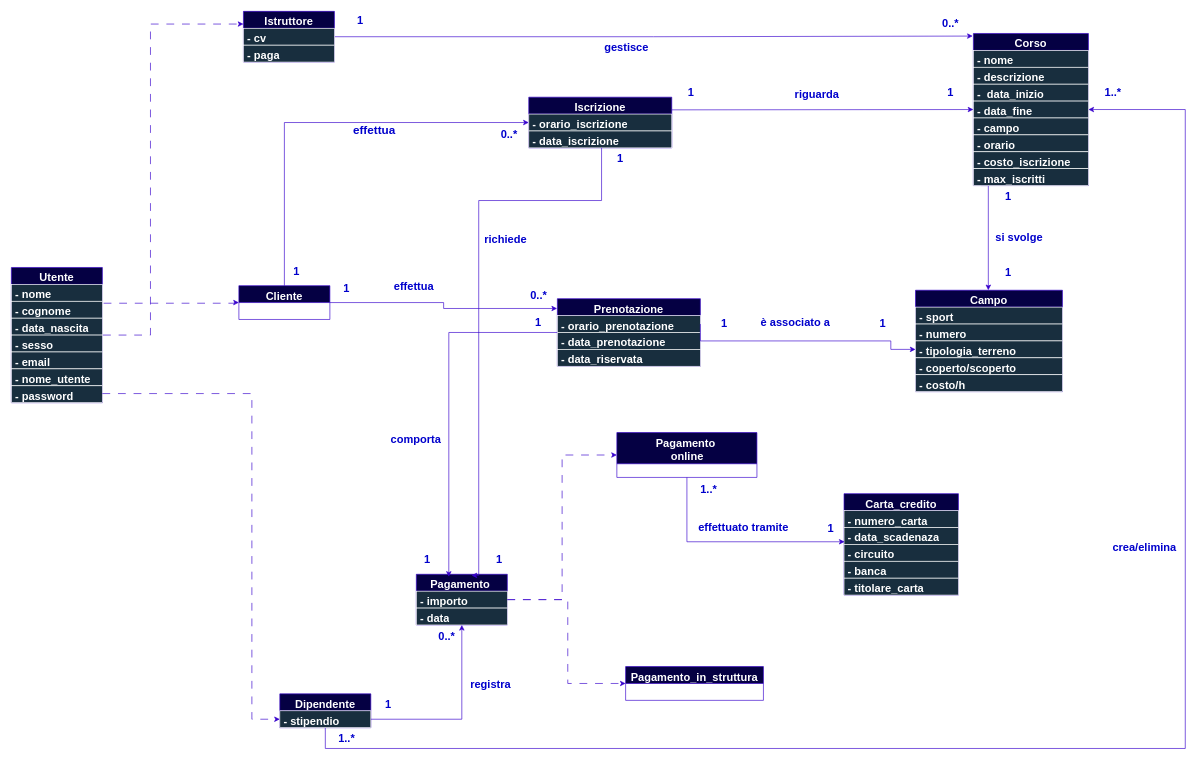
Above: progettazione/SportZone_step4.drawio in franconepippone/programmazione-web (draw.io), before the change. Source tidied: cells renumbered, new cells numbered last; positions are measured from the earlier drawing's top-left corner, leaving out a move shared by most shapes. Both pictures are drawn from the tidied source at 65%, with x=0, y=0 at pixel (11, 11).
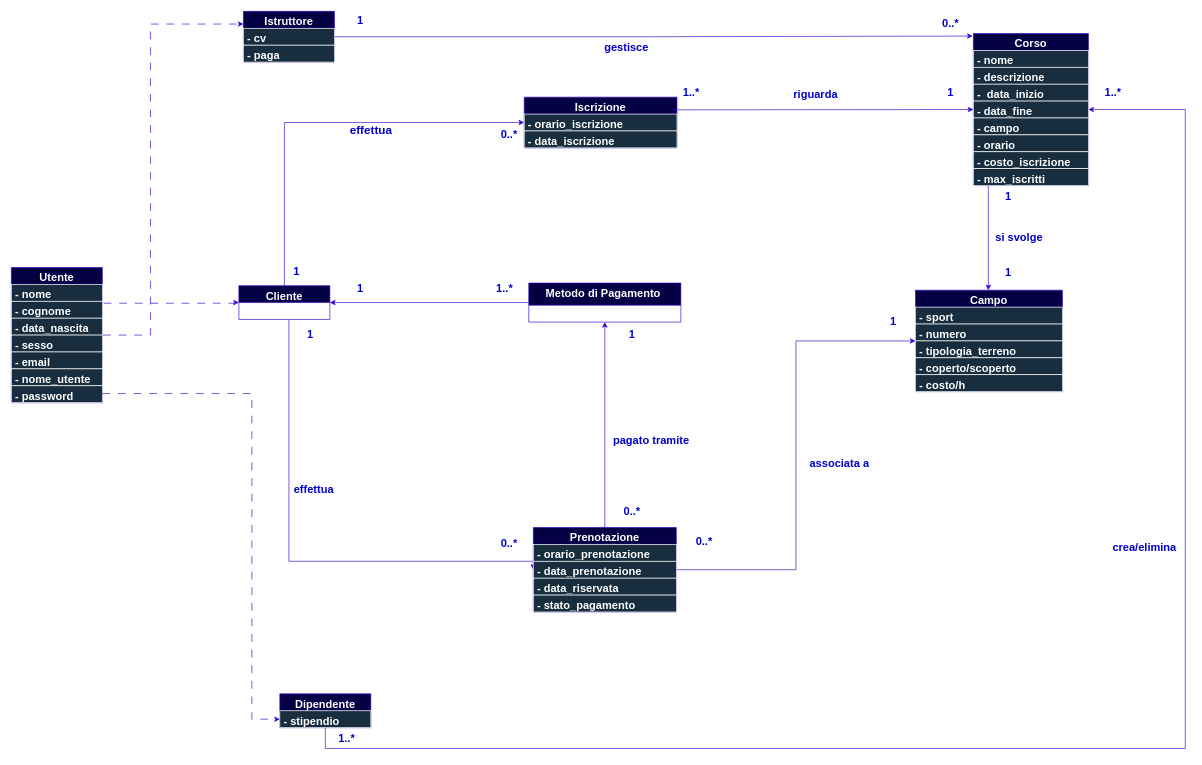
The same diagram, later.

Commit message (it also covers changes not shown here):
versione finale step4

The change refers to these unchanged cells:
```xml
<mxCell id="13" value="Cliente" style="swimlane;fontStyle=1;horizontal=1;startSize=26;fillColor=#050043;whiteSpace=wrap;html=1;labelBackgroundColor=none;strokeColor=#3700CC;rounded=0;fontSize=17;align=center;verticalAlign=top;fontFamily=Helvetica;fontColor=#ffffff;spacingLeft=4;spacingRight=4;fillStyle=auto;" parent="1" vertex="1">
  <mxGeometry x="350" y="422" width="140" height="52" as="geometry" />
</mxCell>
<mxCell id="15" value="- orario_prenotazione" style="text;strokeColor=#FFFFFF;fillColor=#182E3E;align=left;verticalAlign=top;spacingLeft=4;spacingRight=4;overflow=hidden;points=[[0,0.5],[1,0.5]];portConstraint=eastwest;whiteSpace=wrap;html=1;labelBackgroundColor=none;rounded=0;fontSize=17;fontFamily=Helvetica;fontColor=#ffffff;fontStyle=1;horizontal=1;" parent="14" vertex="1">
  <mxGeometry y="26" width="220" height="26" as="geometry" />
</mxCell>
<mxCell id="18" value="Campo" style="swimlane;fontStyle=1;horizontal=1;startSize=26;fillColor=#050043;whiteSpace=wrap;html=1;labelBackgroundColor=none;strokeColor=#3700CC;rounded=0;fontSize=17;align=center;verticalAlign=top;fontFamily=Helvetica;fontColor=#ffffff;spacingLeft=4;spacingRight=4;fillStyle=auto;" parent="1" vertex="1">
  <mxGeometry x="1391" y="429" width="226" height="156" as="geometry" />
</mxCell>
<mxCell id="21" value="- tipologia_terreno" style="text;strokeColor=#FFFFFF;fillColor=#182E3E;align=left;verticalAlign=top;spacingLeft=4;spacingRight=4;overflow=hidden;points=[[0,0.5],[1,0.5]];portConstraint=eastwest;whiteSpace=wrap;html=1;labelBackgroundColor=none;rounded=0;fontSize=17;fontFamily=Helvetica;fontColor=#ffffff;fontStyle=1;horizontal=1;" parent="18" vertex="1">
  <mxGeometry y="78" width="226" height="26" as="geometry" />
</mxCell>
<mxCell id="37" value="- stipendio" style="text;strokeColor=#FFFFFF;fillColor=#182E3E;align=left;verticalAlign=top;spacingLeft=4;spacingRight=4;overflow=hidden;points=[[0,0.5],[1,0.5]];portConstraint=eastwest;whiteSpace=wrap;html=1;labelBackgroundColor=none;rounded=0;fontSize=17;fontFamily=Helvetica;fontColor=#ffffff;fontStyle=1;horizontal=1;" parent="36" vertex="1">
  <mxGeometry y="26" width="140" height="26" as="geometry" />
</mxCell>
```

Diff of the diagram source:
```diff
@@
+    <mxCell id="61" value="effettua" style="edgeStyle=orthogonalEdgeStyle;rounded=0;jettySize=auto;html=1;entryX=0;entryY=0.5;entryDx=0;entryDy=0;fillStyle=auto;strokeColor=#3700CC;align=center;verticalAlign=top;spacingLeft=4;spacingRight=4;fontFamily=Helvetica;fontSize=17;fontColor=light-dark(#0000CC,#121212);fontStyle=1;labelBackgroundColor=none;horizontal=1;startSize=26;endArrow=classic;fillColor=#050043;" parent="1" edge="1" source="13" target="14">
+      <mxGeometry x="-0.36" y="38" relative="1" as="geometry">
+        <Array as="points">
+          <mxPoint x="427" y="846" />
+        </Array>
+        <mxPoint y="1" as="offset" />
+      </mxGeometry>
+    </mxCell>
@@
+    <mxCell id="88" value="associata a&amp;nbsp;" style="edgeStyle=orthogonalEdgeStyle;rounded=0;jettySize=auto;html=1;entryX=0;entryY=0.5;entryDx=0;entryDy=0;fillStyle=auto;strokeColor=#3700CC;align=center;verticalAlign=top;spacingLeft=4;spacingRight=4;fontFamily=Helvetica;fontSize=17;fontColor=light-dark(#0000CC,#121212);fontStyle=1;labelBackgroundColor=none;horizontal=1;startSize=26;endArrow=classic;fillColor=#050043;" parent="1" edge="1" source="14" target="18">
+      <mxGeometry x="0.01" y="-69" relative="1" as="geometry">
+        <mxPoint y="1" as="offset" />
+      </mxGeometry>
+    </mxCell>
+    <mxCell id="60" value="pagato tramite" style="edgeStyle=orthogonalEdgeStyle;rounded=0;jettySize=auto;html=1;entryX=0.5;entryY=1;entryDx=0;entryDy=0;fillStyle=auto;strokeColor=#3700CC;align=center;verticalAlign=top;spacingLeft=4;spacingRight=4;fontFamily=Helvetica;fontSize=17;fontColor=light-dark(#0000CC,#121212);fontStyle=1;labelBackgroundColor=none;horizontal=1;startSize=26;endArrow=classic;fillColor=#050043;" parent="1" edge="1" source="14" target="24">
+      <mxGeometry x="-0.05" y="-71" relative="1" as="geometry" />
+    </mxCell>
     <mxCell id="14" value="Prenotazione" style="swimlane;fontStyle=1;horizontal=1;startSize=26;whiteSpace=wrap;html=1;labelBackgroundColor=none;rounded=0;fontSize=17;align=center;verticalAlign=top;fontFamily=Helvetica;spacingLeft=4;spacingRight=4;fillColor=#050043;strokeColor=#3700CC;fillStyle=auto;fontColor=#ffffff;" parent="1" vertex="1">
-      <mxGeometry x="840" y="442" width="220" height="104" as="geometry" />
+      <mxGeometry x="803" y="794" width="220" height="130" as="geometry" />
     </mxCell>
@@
+    <mxCell id="89" value="- stato_pagamento" style="text;strokeColor=#FFFFFF;fillColor=#182E3E;align=left;verticalAlign=top;spacingLeft=4;spacingRight=4;overflow=hidden;whiteSpace=wrap;html=1;labelBackgroundColor=none;rounded=0;fontSize=17;fontFamily=Helvetica;fontColor=#ffffff;fontStyle=1;horizontal=1;" parent="14" vertex="1">
+      <mxGeometry y="104" width="220" height="26" as="geometry" />
+    </mxCell>
@@
+    <mxCell id="90" style="edgeStyle=orthogonalEdgeStyle;rounded=0;jettySize=auto;html=1;entryX=1;entryY=0.5;entryDx=0;entryDy=0;fillStyle=auto;strokeColor=#3700CC;align=center;verticalAlign=top;spacingLeft=4;spacingRight=4;fontFamily=Helvetica;fontSize=17;fontColor=light-dark(#0000CC,#121212);fontStyle=1;labelBackgroundColor=none;horizontal=1;startSize=26;endArrow=classic;fillColor=#050043;" parent="1" edge="1" source="24" target="13">
+      <mxGeometry relative="1" as="geometry" />
+    </mxCell>
-    <mxCell id="24" value="Pagamento&amp;nbsp;" style="swimlane;fontStyle=1;horizontal=1;startSize=26;fillColor=#050043;whiteSpace=wrap;html=1;labelBackgroundColor=none;strokeColor=#3700CC;rounded=0;fontSize=17;align=center;verticalAlign=top;fontFamily=Helvetica;fontColor=#ffffff;spacingLeft=4;spacingRight=4;fillStyle=auto;" parent="1" vertex="1">
-      <mxGeometry x="623" y="866" width="140" height="78" as="geometry" />
+    <mxCell id="24" value="Metodo di Pagamento&amp;nbsp;" style="swimlane;fontStyle=1;horizontal=1;startSize=34;fillColor=#050043;whiteSpace=wrap;html=1;labelBackgroundColor=none;strokeColor=#3700CC;rounded=0;fontSize=17;align=center;verticalAlign=top;fontFamily=Helvetica;fontColor=#ffffff;spacingLeft=4;spacingRight=4;fillStyle=auto;" parent="1" vertex="1">
+      <mxGeometry x="796" y="418" width="234" height="60" as="geometry" />
     </mxCell>
-    <mxCell id="25" value="- importo" style="text;strokeColor=#FFFFFF;fillColor=#182E3E;align=left;verticalAlign=top;spacingLeft=4;spacingRight=4;overflow=hidden;points=[[0,0.5],[1,0.5]];portConstraint=eastwest;whiteSpace=wrap;html=1;labelBackgroundColor=none;rounded=0;fontSize=17;fontFamily=Helvetica;fontColor=#ffffff;fontStyle=1;horizontal=1;" parent="24" vertex="1">
-      <mxGeometry y="26" width="140" height="26" as="geometry" />
-    </mxCell>
-    <mxCell id="26" value="- data" style="text;strokeColor=#FFFFFF;fillColor=#182E3E;align=left;verticalAlign=top;spacingLeft=4;spacingRight=4;overflow=hidden;whiteSpace=wrap;html=1;labelBackgroundColor=none;rounded=0;fontSize=17;fontFamily=Helvetica;fontColor=#ffffff;fontStyle=1;horizontal=1;" parent="24" vertex="1">
-      <mxGeometry y="52" width="140" height="26" as="geometry" />
-    </mxCell>
-    <mxCell id="27" value="Carta_credito" style="swimlane;fontStyle=1;horizontal=1;startSize=26;fillColor=#050043;whiteSpace=wrap;html=1;labelBackgroundColor=none;strokeColor=#3700CC;rounded=0;fontSize=17;align=center;verticalAlign=top;fontFamily=Helvetica;fontColor=#ffffff;spacingLeft=4;spacingRight=4;fillStyle=auto;" parent="1" vertex="1">
-      <mxGeometry x="1281" y="742" width="176" height="156" as="geometry" />
-    </mxCell>
-    <mxCell id="28" value="- numero_carta" style="text;strokeColor=#FFFFFF;fillColor=#182E3E;align=left;verticalAlign=top;spacingLeft=4;spacingRight=4;overflow=hidden;whiteSpace=wrap;html=1;labelBackgroundColor=none;rounded=0;fontSize=17;fontFamily=Helvetica;fontColor=#ffffff;fontStyle=1;horizontal=1;" parent="27" vertex="1">
-      <mxGeometry y="26" width="176" height="26" as="geometry" />
-    </mxCell>
-    <mxCell id="29" value="- data_scadenaza" style="text;strokeColor=#FFFFFF;fillColor=#182E3E;align=left;verticalAlign=top;spacingLeft=4;spacingRight=4;overflow=hidden;whiteSpace=wrap;html=1;labelBackgroundColor=none;rounded=0;fontSize=17;fontFamily=Helvetica;fontColor=#ffffff;fontStyle=1;horizontal=1;" parent="27" vertex="1">
-      <mxGeometry y="52" width="176" height="26" as="geometry" />
-    </mxCell>
-    <mxCell id="30" value="- circuito" style="text;strokeColor=#FFFFFF;fillColor=#182E3E;align=left;verticalAlign=top;spacingLeft=4;spacingRight=4;overflow=hidden;points=[[0,0.5],[1,0.5]];portConstraint=eastwest;whiteSpace=wrap;html=1;labelBackgroundColor=none;rounded=0;fontSize=17;fontFamily=Helvetica;fontColor=#ffffff;fontStyle=1;horizontal=1;" parent="27" vertex="1">
-      <mxGeometry y="78" width="176" height="26" as="geometry" />
-    </mxCell>
-    <mxCell id="31" value="- banca" style="text;strokeColor=#FFFFFF;fillColor=#182E3E;align=left;verticalAlign=top;spacingLeft=4;spacingRight=4;overflow=hidden;whiteSpace=wrap;html=1;labelBackgroundColor=none;rounded=0;fontSize=17;fontFamily=Helvetica;fontColor=#ffffff;fontStyle=1;horizontal=1;" parent="27" vertex="1">
-      <mxGeometry y="104" width="176" height="26" as="geometry" />
-    </mxCell>
-    <mxCell id="32" value="- titolare_carta" style="text;strokeColor=#FFFFFF;fillColor=#182E3E;align=left;verticalAlign=top;spacingLeft=4;spacingRight=4;overflow=hidden;whiteSpace=wrap;html=1;labelBackgroundColor=none;rounded=0;fontSize=17;fontFamily=Helvetica;fontColor=#ffffff;fontStyle=1;horizontal=1;" parent="27" vertex="1">
-      <mxGeometry y="130" width="176" height="26" as="geometry" />
-    </mxCell>
-    <mxCell id="33" value="Pagamento&amp;nbsp;&lt;br&gt;online" style="swimlane;fontStyle=1;horizontal=1;startSize=48;fillColor=#050043;whiteSpace=wrap;html=1;labelBackgroundColor=none;strokeColor=#3700CC;rounded=0;fontSize=17;align=center;verticalAlign=top;fontFamily=Helvetica;fontColor=#ffffff;spacingLeft=4;spacingRight=4;fillStyle=auto;" parent="1" vertex="1">
-      <mxGeometry x="931.5" y="648" width="215.5" height="69" as="geometry" />
-    </mxCell>
-    <mxCell id="34" value="Pagamento_in_struttura" style="swimlane;fontStyle=1;horizontal=1;startSize=26;fillColor=#050043;whiteSpace=wrap;html=1;labelBackgroundColor=none;strokeColor=#3700CC;rounded=0;fontSize=17;align=center;verticalAlign=top;fontFamily=Helvetica;fontColor=#ffffff;spacingLeft=4;spacingRight=4;fillStyle=auto;" parent="1" vertex="1">
-      <mxGeometry x="945" y="1008" width="212" height="52" as="geometry" />
-    </mxCell>
@@
     <mxCell id="38" value="Iscrizione" style="swimlane;fontStyle=1;horizontal=1;startSize=26;whiteSpace=wrap;html=1;labelBackgroundColor=none;rounded=0;fillColor=#050043;strokeColor=#3700CC;fontSize=17;align=center;verticalAlign=top;fontFamily=Helvetica;fontColor=#ffffff;spacingLeft=4;spacingRight=4;fillStyle=auto;" parent="1" vertex="1">
-      <mxGeometry x="796" y="132" width="220" height="78" as="geometry" />
+      <mxGeometry x="789" y="132" width="235" height="78" as="geometry" />
     </mxCell>
     <mxCell id="39" value="- orario_iscrizione" style="text;strokeColor=#FFFFFF;fillColor=#182E3E;align=left;verticalAlign=top;spacingLeft=4;spacingRight=4;overflow=hidden;points=[[0,0.5],[1,0.5]];portConstraint=eastwest;whiteSpace=wrap;html=1;labelBackgroundColor=none;rounded=0;fontSize=17;fontFamily=Helvetica;fontColor=#ffffff;fontStyle=1;horizontal=1;" parent="38" vertex="1">
-      <mxGeometry y="26" width="220" height="26" as="geometry" />
+      <mxGeometry y="26" width="235" height="26" as="geometry" />
     </mxCell>
     <mxCell id="40" value="- data_iscrizione" style="text;strokeColor=#FFFFFF;fillColor=#182E3E;align=left;verticalAlign=top;spacingLeft=4;spacingRight=4;overflow=hidden;whiteSpace=wrap;html=1;labelBackgroundColor=none;rounded=0;fontSize=17;fontFamily=Helvetica;fontColor=#ffffff;fontStyle=1;horizontal=1;" parent="38" vertex="1">
-      <mxGeometry y="52" width="220" height="26" as="geometry" />
+      <mxGeometry y="52" width="235" height="26" as="geometry" />
     </mxCell>
@@
-    <mxCell id="56" value="è associato a" style="edgeStyle=orthogonalEdgeStyle;rounded=0;jettySize=auto;html=1;exitX=1;exitY=0.5;exitDx=0;exitDy=0;entryX=0;entryY=0.5;entryDx=0;entryDy=0;labelBackgroundColor=none;strokeColor=#3700CC;fontColor=light-dark(#0000CC,#121212);fontSize=17;align=center;verticalAlign=top;fontFamily=Helvetica;fontStyle=1;horizontal=1;startSize=26;spacingLeft=4;spacingRight=4;fillStyle=auto;fillColor=#050043;endArrow=classic;" parent="1" edge="1" source="15" target="21">
-      <mxGeometry x="-0.07" y="45" relative="1" as="geometry">
-        <Array as="points">
-          <mxPoint x="1353" y="507" />
-          <mxPoint x="1353" y="520" />
-        </Array>
-      </mxGeometry>
-    </mxCell>
-    <mxCell id="57" style="edgeStyle=orthogonalEdgeStyle;rounded=0;jettySize=auto;html=1;exitX=1;exitY=0.5;exitDx=0;exitDy=0;entryX=0;entryY=0.5;entryDx=0;entryDy=0;labelBackgroundColor=none;strokeColor=#3700CC;fontColor=#ffffff;fontSize=17;align=center;verticalAlign=top;fontFamily=Helvetica;fontStyle=1;horizontal=1;startSize=26;spacingLeft=4;spacingRight=4;fillStyle=auto;fillColor=#050043;dashed=1;dashPattern=12 12;" parent="1" edge="1" source="25" target="33">
-      <mxGeometry relative="1" as="geometry" />
-    </mxCell>
-    <mxCell id="58" style="edgeStyle=orthogonalEdgeStyle;rounded=0;jettySize=auto;html=1;exitX=1;exitY=0.5;exitDx=0;exitDy=0;entryX=0;entryY=0.5;entryDx=0;entryDy=0;labelBackgroundColor=none;strokeColor=#3700CC;fontColor=#ffffff;fontSize=17;align=center;verticalAlign=top;fontFamily=Helvetica;fontStyle=1;horizontal=1;startSize=26;spacingLeft=4;spacingRight=4;fillStyle=auto;fillColor=#050043;dashed=1;dashPattern=12 12;" parent="1" edge="1" source="25" target="34">
-      <mxGeometry relative="1" as="geometry">
-        <Array as="points">
-          <mxPoint x="856" y="905" />
-          <mxPoint x="856" y="1034" />
-        </Array>
-      </mxGeometry>
-    </mxCell>
-    <mxCell id="59" value="richiede" style="edgeStyle=orthogonalEdgeStyle;rounded=0;jettySize=auto;html=1;entryX=0.607;entryY=0.022;entryDx=0;entryDy=0;entryPerimeter=0;labelBackgroundColor=none;strokeColor=#3700CC;fontColor=light-dark(#0000CC,#121212);fontSize=17;align=center;verticalAlign=top;fontFamily=Helvetica;fontStyle=1;horizontal=1;startSize=26;spacingLeft=4;spacingRight=4;fillStyle=auto;fillColor=#050043;endArrow=classic;" parent="1" edge="1" source="38" target="24">
-      <mxGeometry x="-0.27" y="41" relative="1" as="geometry">
-        <Array as="points">
-          <mxPoint x="908" y="291" />
-          <mxPoint x="719" y="291" />
-          <mxPoint x="719" y="868" />
-        </Array>
-        <mxPoint y="1" as="offset" />
-      </mxGeometry>
-    </mxCell>
-    <mxCell id="60" value="comporta" style="edgeStyle=orthogonalEdgeStyle;rounded=0;jettySize=auto;html=1;entryX=0.357;entryY=0.05;entryDx=0;entryDy=0;entryPerimeter=0;labelBackgroundColor=none;strokeColor=#3700CC;fontColor=light-dark(#0000CC,#121212);fontSize=17;align=center;verticalAlign=top;fontFamily=Helvetica;fontStyle=1;horizontal=1;startSize=26;spacingLeft=4;spacingRight=4;fillStyle=auto;fillColor=#050043;endArrow=classic;" parent="1" edge="1" source="14" target="24">
-      <mxGeometry x="0.16" y="-51" relative="1" as="geometry">
-        <mxPoint y="1" as="offset" />
-      </mxGeometry>
-    </mxCell>
-    <mxCell id="61" value="effettua" style="edgeStyle=orthogonalEdgeStyle;rounded=0;jettySize=auto;html=1;entryX=-0.002;entryY=0.145;entryDx=0;entryDy=0;entryPerimeter=0;strokeColor=#3700CC;align=center;verticalAlign=top;horizontal=1;startSize=26;spacingLeft=4;spacingRight=4;fillStyle=auto;fillColor=#050043;fontFamily=Helvetica;fontSize=17;fontColor=light-dark(#0000CC,#121212);fontStyle=1;labelBackgroundColor=none;endArrow=classic;" parent="1" edge="1" source="13" target="14">
-      <mxGeometry x="-0.28" y="41" relative="1" as="geometry" />
-    </mxCell>
-    <mxCell id="62" value="effettuato tramite" style="edgeStyle=orthogonalEdgeStyle;rounded=0;jettySize=auto;html=1;entryX=0.005;entryY=-0.154;entryDx=0;entryDy=0;entryPerimeter=0;labelBackgroundColor=none;strokeColor=#3700CC;fontColor=light-dark(#0000CC,#121212);fontSize=17;align=center;verticalAlign=top;fontFamily=Helvetica;fontStyle=1;horizontal=1;startSize=26;spacingLeft=4;spacingRight=4;fillStyle=auto;fillColor=#050043;endArrow=classic;" parent="1" edge="1" source="33" target="30">
-      <mxGeometry x="0.09" y="38" relative="1" as="geometry" />
-    </mxCell>
@@
-    <mxCell id="64" value="registra" style="edgeStyle=orthogonalEdgeStyle;rounded=0;jettySize=auto;html=1;exitX=1;exitY=0.5;exitDx=0;exitDy=0;entryX=0.5;entryY=1;entryDx=0;entryDy=0;labelBackgroundColor=none;strokeColor=#3700CC;fontColor=light-dark(#0000CC,#121212);fontSize=17;align=center;verticalAlign=top;fontFamily=Helvetica;fontStyle=1;horizontal=1;startSize=26;spacingLeft=4;spacingRight=4;fillStyle=auto;fillColor=#050043;endArrow=classic;" parent="1" edge="1" source="37" target="24">
-      <mxGeometry x="0.47" y="-44" relative="1" as="geometry" />
-    </mxCell>
-    <mxCell id="65" value="1" style="text;html=1;align=center;verticalAlign=middle;whiteSpace=wrap;rounded=0;fontFamily=Helvetica;fontSize=17;fontColor=light-dark(#0000CC,#121212);fontStyle=1;labelBackgroundColor=none;horizontal=1;" parent="1" vertex="1">
-      <mxGeometry x="486" y="412" width="60" height="30" as="geometry" />
-    </mxCell>
-    <mxCell id="66" value="0..*" style="text;html=1;align=center;verticalAlign=middle;strokeColor=none;fillColor=none;fontFamily=Helvetica;fontSize=17;fontColor=light-dark(#0000CC,#121212);fontStyle=1;labelBackgroundColor=none;horizontal=1;" parent="1" vertex="1">
-      <mxGeometry x="789" y="422" width="44" height="32" as="geometry" />
-    </mxCell>
@@
-    <mxCell id="69" value="1" style="text;html=1;align=center;verticalAlign=middle;whiteSpace=wrap;rounded=0;fontFamily=Helvetica;fontSize=17;fontColor=light-dark(#0000CC,#121212);fontStyle=1;labelBackgroundColor=none;horizontal=1;" parent="1" vertex="1">
-      <mxGeometry x="781" y="464" width="60" height="30" as="geometry" />
-    </mxCell>
-    <mxCell id="70" value="1" style="text;html=1;align=center;verticalAlign=middle;whiteSpace=wrap;rounded=0;fontFamily=Helvetica;fontSize=17;fontColor=light-dark(#0000CC,#121212);fontStyle=1;labelBackgroundColor=none;horizontal=1;" parent="1" vertex="1">
-      <mxGeometry x="721" y="829" width="60" height="30" as="geometry" />
-    </mxCell>
-    <mxCell id="71" value="1" style="text;html=1;align=center;verticalAlign=middle;whiteSpace=wrap;rounded=0;fontFamily=Helvetica;fontSize=17;fontColor=light-dark(#0000CC,#121212);fontStyle=1;labelBackgroundColor=none;horizontal=1;" parent="1" vertex="1">
-      <mxGeometry x="610" y="829" width="60" height="30" as="geometry" />
-    </mxCell>
-    <mxCell id="72" value="1" style="text;html=1;align=center;verticalAlign=middle;whiteSpace=wrap;rounded=0;fontFamily=Helvetica;fontSize=17;fontColor=light-dark(#0000CC,#121212);fontStyle=1;labelBackgroundColor=none;horizontal=1;" parent="1" vertex="1">
-      <mxGeometry x="1067" y="466" width="60" height="30" as="geometry" />
-    </mxCell>
-    <mxCell id="73" value="1" style="text;html=1;align=center;verticalAlign=middle;whiteSpace=wrap;rounded=0;fontFamily=Helvetica;fontSize=17;fontColor=light-dark(#0000CC,#121212);fontStyle=1;labelBackgroundColor=none;horizontal=1;" parent="1" vertex="1">
-      <mxGeometry x="1311" y="466" width="60" height="30" as="geometry" />
-    </mxCell>
@@
-    <mxCell id="76" value="1" style="text;html=1;align=center;verticalAlign=middle;whiteSpace=wrap;rounded=0;fontFamily=Helvetica;fontSize=17;fontColor=light-dark(#0000CC,#121212);fontStyle=1;labelBackgroundColor=none;horizontal=1;" parent="1" vertex="1">
+    <mxCell id="76" value="1..*" style="text;html=1;align=center;verticalAlign=middle;whiteSpace=wrap;rounded=0;fontFamily=Helvetica;fontSize=17;fontColor=light-dark(#0000CC,#121212);fontStyle=1;labelBackgroundColor=none;horizontal=1;" parent="1" vertex="1">
       <mxGeometry x="1016" y="84" width="60" height="82" as="geometry" />
     </mxCell>
@@
+    <mxCell id="91" value="1" style="text;html=1;align=center;verticalAlign=middle;whiteSpace=wrap;rounded=0;fontFamily=Helvetica;fontSize=17;fontColor=light-dark(#0000CC,#121212);fontStyle=1;labelBackgroundColor=none;horizontal=1;" parent="1" vertex="1">
+      <mxGeometry x="430" y="483" width="60" height="30" as="geometry" />
+    </mxCell>
+    <mxCell id="92" value="0..*" style="text;html=1;align=center;verticalAlign=middle;whiteSpace=wrap;rounded=0;fontFamily=Helvetica;fontSize=17;fontColor=light-dark(#0000CC,#121212);fontStyle=1;labelBackgroundColor=none;horizontal=1;" parent="1" vertex="1">
+      <mxGeometry x="736" y="805" width="60" height="30" as="geometry" />
+    </mxCell>
     <mxCell id="83" value="1..*" style="text;html=1;align=center;verticalAlign=middle;whiteSpace=wrap;rounded=0;fontFamily=Helvetica;fontSize=17;fontColor=light-dark(#0000CC,#121212);fontStyle=1;labelBackgroundColor=none;horizontal=1;" parent="1" vertex="1">
-      <mxGeometry x="1043" y="722" width="60" height="30" as="geometry" />
+      <mxGeometry x="729" y="412" width="60" height="30" as="geometry" />
     </mxCell>
-    <mxCell id="84" value="1" style="text;html=1;align=center;verticalAlign=middle;whiteSpace=wrap;rounded=0;fontFamily=Helvetica;fontSize=17;fontColor=light-dark(#0000CC,#121212);fontStyle=1;labelBackgroundColor=none;horizontal=1;" parent="1" vertex="1">
-      <mxGeometry x="1231" y="781" width="60" height="30" as="geometry" />
-    </mxCell>
-    <mxCell id="85" value="1" style="text;html=1;align=center;verticalAlign=middle;whiteSpace=wrap;rounded=0;fontFamily=Helvetica;fontSize=17;fontColor=light-dark(#0000CC,#121212);fontStyle=1;labelBackgroundColor=none;horizontal=1;" parent="1" vertex="1">
-      <mxGeometry x="907" y="213" width="60" height="30" as="geometry" />
-    </mxCell>
-    <mxCell id="86" value="1" style="text;html=1;align=center;verticalAlign=middle;whiteSpace=wrap;rounded=0;fontFamily=Helvetica;fontSize=17;fontColor=light-dark(#0000CC,#121212);fontStyle=1;labelBackgroundColor=none;horizontal=1;" parent="1" vertex="1">
-      <mxGeometry x="550" y="1053" width="60" height="30" as="geometry" />
-    </mxCell>
-    <mxCell id="87" value="0..*" style="text;html=1;align=center;verticalAlign=middle;whiteSpace=wrap;rounded=0;fontFamily=Helvetica;fontSize=17;fontColor=light-dark(#0000CC,#121212);fontStyle=1;labelBackgroundColor=none;horizontal=1;" parent="1" vertex="1">
-      <mxGeometry x="640" y="947" width="60" height="30" as="geometry" />
-    </mxCell>
+    <mxCell id="93" value="1" style="text;html=1;align=center;verticalAlign=middle;whiteSpace=wrap;rounded=0;fontFamily=Helvetica;fontSize=17;fontColor=light-dark(#0000CC,#121212);fontStyle=1;labelBackgroundColor=none;horizontal=1;" parent="1" vertex="1">
+      <mxGeometry x="507" y="412" width="60" height="30" as="geometry" />
+    </mxCell>
+    <mxCell id="94" value="1" style="text;html=1;align=center;verticalAlign=middle;whiteSpace=wrap;rounded=0;fontFamily=Helvetica;fontSize=17;fontColor=light-dark(#0000CC,#121212);fontStyle=1;labelBackgroundColor=none;horizontal=1;" parent="1" vertex="1">
+      <mxGeometry x="925" y="483" width="60" height="30" as="geometry" />
+    </mxCell>
+    <mxCell id="95" value="0..*" style="text;html=1;align=center;verticalAlign=middle;whiteSpace=wrap;rounded=0;fontFamily=Helvetica;fontSize=17;fontColor=light-dark(#0000CC,#121212);fontStyle=1;labelBackgroundColor=none;horizontal=1;" parent="1" vertex="1">
+      <mxGeometry x="925" y="755" width="60" height="30" as="geometry" />
+    </mxCell>
+    <mxCell id="96" value="0..*" style="text;html=1;align=center;verticalAlign=middle;whiteSpace=wrap;rounded=0;fontFamily=Helvetica;fontSize=17;fontColor=light-dark(#0000CC,#121212);fontStyle=1;labelBackgroundColor=none;horizontal=1;" parent="1" vertex="1">
+      <mxGeometry x="1036" y="802" width="60" height="30" as="geometry" />
+    </mxCell>
+    <mxCell id="97" value="1" style="text;html=1;align=center;verticalAlign=middle;whiteSpace=wrap;rounded=0;fontFamily=Helvetica;fontSize=17;fontColor=light-dark(#0000CC,#121212);fontStyle=1;labelBackgroundColor=none;horizontal=1;" parent="1" vertex="1">
+      <mxGeometry x="1327" y="463" width="60" height="30" as="geometry" />
+    </mxCell>
```
